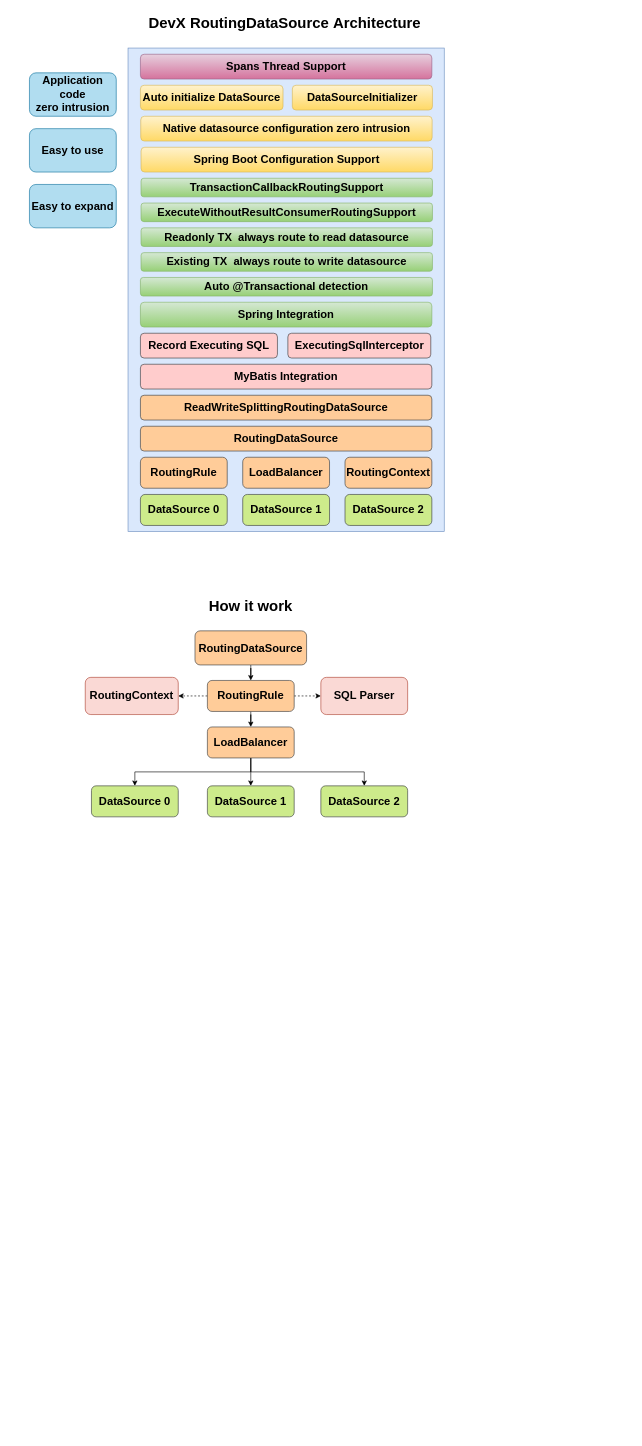
This is DevX/DevX-RoutingDataSource.drawio from GitHeP/diagrams, a draw.io file, before an edit. Source tidied: cells renumbered, new cells numbered last; positions are measured from the earlier drawing's top-left corner, leaving out a move shared by most shapes. Both pictures are drawn from the tidied source at 62%, with x=0, y=0 at pixel (29, 11).
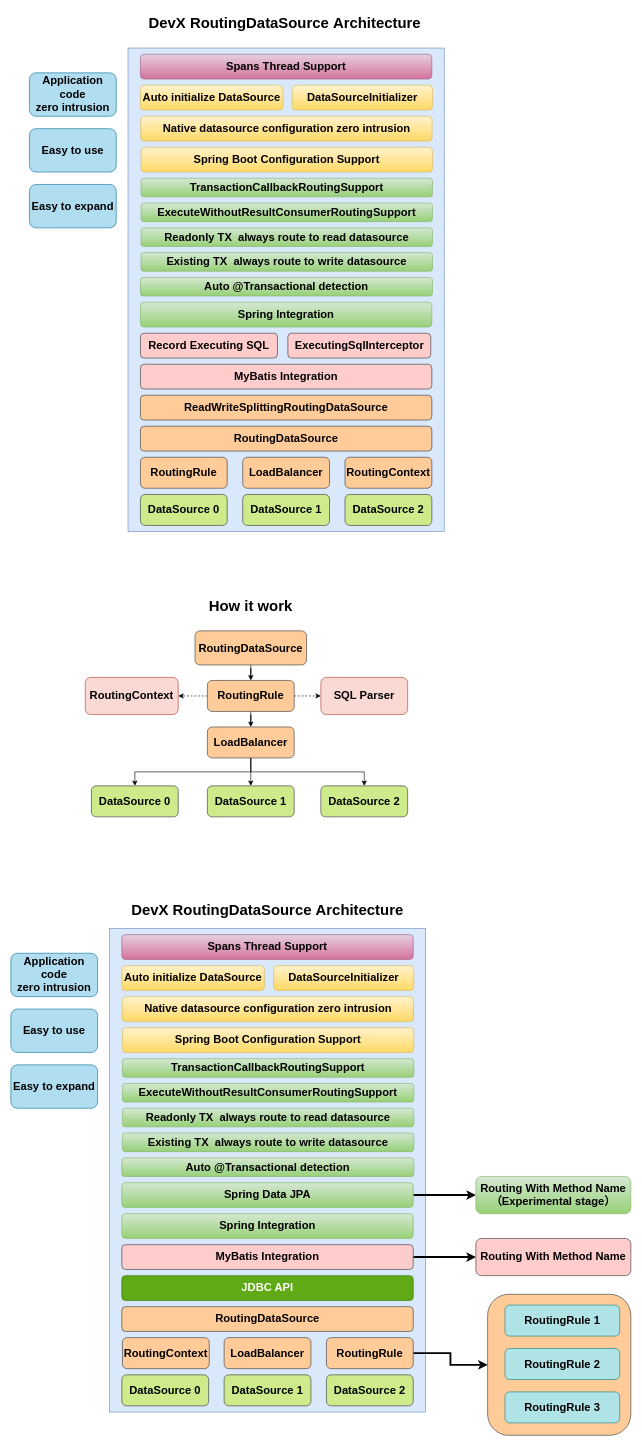
Above is the later version.

What changed in the source:
```diff
@@
+    <mxCell id="45" style="rounded=0;whiteSpace=wrap;html=1;fillColor=#dae8fc;strokeColor=#6c8ebf;" parent="1" vertex="1">
+      <mxGeometry x="129" y="1480" width="510" height="780" as="geometry" />
+    </mxCell>
+    <mxCell id="46" value="&lt;font style=&quot;font-size: 18px;&quot;&gt;&lt;b&gt;DataSource 0&lt;/b&gt;&lt;/font&gt;" style="rounded=1;whiteSpace=wrap;html=1;fillColor=#cdeb8b;strokeColor=#36393d;" parent="1" vertex="1">
+      <mxGeometry x="149" y="2200" width="140" height="50" as="geometry" />
+    </mxCell>
+    <mxCell id="47" value="&lt;font style=&quot;font-size: 18px;&quot;&gt;&lt;b&gt;DataSource 1&lt;/b&gt;&lt;/font&gt;" style="rounded=1;whiteSpace=wrap;html=1;fillColor=#cdeb8b;strokeColor=#36393d;" parent="1" vertex="1">
+      <mxGeometry x="314" y="2200" width="140" height="50" as="geometry" />
+    </mxCell>
+    <mxCell id="48" value="&lt;font style=&quot;font-size: 18px;&quot;&gt;&lt;b&gt;DataSource 2&lt;/b&gt;&lt;/font&gt;" style="rounded=1;whiteSpace=wrap;html=1;fillColor=#cdeb8b;strokeColor=#36393d;" parent="1" vertex="1">
+      <mxGeometry x="479" y="2200" width="140" height="50" as="geometry" />
+    </mxCell>
+    <mxCell id="49" value="&lt;font style=&quot;font-size: 18px;&quot;&gt;&lt;b&gt;RoutingDataSource&lt;/b&gt;&lt;/font&gt;" style="rounded=1;whiteSpace=wrap;html=1;fillColor=#ffcc99;strokeColor=#36393d;" parent="1" vertex="1">
+      <mxGeometry x="149" y="2090" width="470" height="40" as="geometry" />
+    </mxCell>
+    <mxCell id="50" style="edgeStyle=orthogonalEdgeStyle;rounded=0;jettySize=auto;html=1;strokeWidth=3;" parent="1" edge="1" source="51" target="76">
+      <mxGeometry relative="1" as="geometry" />
+    </mxCell>
+    <mxCell id="51" value="&lt;b&gt;&lt;font style=&quot;font-size: 18px;&quot;&gt;RoutingRule&lt;/font&gt;&lt;/b&gt;" style="rounded=1;whiteSpace=wrap;html=1;fillColor=#ffcc99;strokeColor=#36393d;" parent="1" vertex="1">
+      <mxGeometry x="479" y="2140" width="140" height="50" as="geometry" />
+    </mxCell>
+    <mxCell id="52" value="&lt;b&gt;&lt;font style=&quot;font-size: 18px;&quot;&gt;LoadBalancer&lt;/font&gt;&lt;/b&gt;" style="rounded=1;whiteSpace=wrap;html=1;fillColor=#ffcc99;strokeColor=#36393d;" parent="1" vertex="1">
+      <mxGeometry x="314" y="2140" width="140" height="50" as="geometry" />
+    </mxCell>
+    <mxCell id="53" value="&lt;b&gt;&lt;font style=&quot;font-size: 18px;&quot;&gt;RoutingContext&lt;/font&gt;&lt;/b&gt;" style="rounded=1;whiteSpace=wrap;html=1;fillColor=#ffcc99;strokeColor=#36393d;" parent="1" vertex="1">
+      <mxGeometry x="150" y="2140" width="140" height="50" as="geometry" />
+    </mxCell>
+    <mxCell id="54" style="edgeStyle=orthogonalEdgeStyle;rounded=0;jettySize=auto;html=1;strokeWidth=3;" parent="1" edge="1" source="55" target="72">
+      <mxGeometry relative="1" as="geometry" />
+    </mxCell>
+    <mxCell id="55" value="&lt;font style=&quot;font-size: 18px;&quot;&gt;&lt;b&gt;MyBatis Integration&lt;/b&gt;&lt;/font&gt;" style="rounded=1;whiteSpace=wrap;html=1;fillColor=#ffcccc;strokeColor=#36393d;" parent="1" vertex="1">
+      <mxGeometry x="149" y="1990" width="470" height="40" as="geometry" />
+    </mxCell>
+    <mxCell id="56" value="&lt;font style=&quot;font-size: 18px;&quot;&gt;&lt;b&gt;Spring Integration&lt;/b&gt;&lt;/font&gt;" style="rounded=1;whiteSpace=wrap;html=1;fillColor=#d5e8d4;strokeColor=#82b366;gradientColor=#97d077;" parent="1" vertex="1">
+      <mxGeometry x="149" y="1940" width="470" height="40" as="geometry" />
+    </mxCell>
+    <mxCell id="57" value="&lt;font style=&quot;font-size: 18px;&quot;&gt;&lt;b&gt;Spring Boot Configuration Support&lt;/b&gt;&lt;/font&gt;" style="rounded=1;whiteSpace=wrap;html=1;fillColor=#fff2cc;strokeColor=#d6b656;gradientColor=#ffd966;" parent="1" vertex="1">
+      <mxGeometry x="150" y="1640" width="470" height="40" as="geometry" />
+    </mxCell>
+    <mxCell id="58" value="&lt;b&gt;&lt;font style=&quot;font-size: 18px;&quot;&gt;JDBC API&lt;/font&gt;&lt;/b&gt;" style="rounded=1;whiteSpace=wrap;html=1;fillColor=#60a917;strokeColor=#2D7600;fontColor=#ffffff;" parent="1" vertex="1">
+      <mxGeometry x="149" y="2040" width="470" height="40" as="geometry" />
+    </mxCell>
+    <mxCell id="59" value="&lt;font style=&quot;font-size: 18px;&quot;&gt;&lt;b&gt;Application code &lt;br&gt;zero intrusion&lt;/b&gt;&lt;/font&gt;" style="rounded=1;whiteSpace=wrap;html=1;fillColor=#b1ddf0;strokeColor=#10739e;" parent="1" vertex="1">
+      <mxGeometry x="-30" y="1520" width="140" height="70" as="geometry" />
+    </mxCell>
+    <mxCell id="60" value="&lt;font style=&quot;font-size: 18px;&quot;&gt;&lt;b&gt;Easy to use&lt;/b&gt;&lt;/font&gt;" style="rounded=1;whiteSpace=wrap;html=1;fillColor=#b1ddf0;strokeColor=#10739e;" parent="1" vertex="1">
+      <mxGeometry x="-30" y="1610" width="140" height="70" as="geometry" />
+    </mxCell>
+    <mxCell id="61" value="&lt;b&gt;&lt;font style=&quot;font-size: 18px;&quot;&gt;Easy to expand&lt;/font&gt;&lt;/b&gt;" style="rounded=1;whiteSpace=wrap;html=1;fillColor=#b1ddf0;strokeColor=#10739e;" parent="1" vertex="1">
+      <mxGeometry x="-30" y="1700" width="140" height="70" as="geometry" />
+    </mxCell>
+    <mxCell id="62" value="&lt;font style=&quot;font-size: 18px;&quot;&gt;&lt;b style=&quot;&quot;&gt;Auto @Transactional&amp;nbsp;detection&lt;/b&gt;&lt;/font&gt;" style="rounded=1;whiteSpace=wrap;html=1;fillColor=#d5e8d4;strokeColor=#82b366;gradientColor=#97d077;" parent="1" vertex="1">
+      <mxGeometry x="149" y="1850" width="471" height="30" as="geometry" />
+    </mxCell>
+    <mxCell id="63" value="&lt;font style=&quot;font-size: 18px;&quot;&gt;&lt;b&gt;Existing TX&amp;nbsp;&amp;nbsp;&lt;/b&gt;&lt;/font&gt;&lt;b&gt;&lt;font style=&quot;font-size: 18px;&quot;&gt;always route to write datasource&lt;/font&gt;&lt;/b&gt;" style="rounded=1;whiteSpace=wrap;html=1;fillColor=#d5e8d4;strokeColor=#82b366;gradientColor=#97d077;" parent="1" vertex="1">
+      <mxGeometry x="150" y="1810" width="470" height="30" as="geometry" />
+    </mxCell>
+    <mxCell id="64" value="&lt;b&gt;&lt;font style=&quot;font-size: 18px;&quot;&gt;Native datasource configuration zero intrusion&lt;/font&gt;&lt;/b&gt;" style="rounded=1;whiteSpace=wrap;html=1;fillColor=#fff2cc;strokeColor=#d6b656;gradientColor=#ffd966;" parent="1" vertex="1">
+      <mxGeometry x="149.5" y="1590" width="470" height="40" as="geometry" />
+    </mxCell>
+    <mxCell id="65" value="&lt;font style=&quot;font-size: 24px;&quot;&gt;&lt;b style=&quot;&quot;&gt;DevX RoutingDataSource&amp;nbsp;Architecture&lt;/b&gt;&lt;/font&gt;" style="text;html=1;strokeColor=none;fillColor=none;align=center;verticalAlign=middle;whiteSpace=wrap;rounded=0;" parent="1" vertex="1">
+      <mxGeometry x="149" y="1430" width="470" height="40" as="geometry" />
+    </mxCell>
+    <mxCell id="66" value="&lt;font style=&quot;font-size: 18px;&quot;&gt;&lt;b&gt;Auto&amp;nbsp;initialize DataSource&lt;/b&gt;&lt;/font&gt;" style="rounded=1;whiteSpace=wrap;html=1;fillColor=#fff2cc;strokeColor=#d6b656;gradientColor=#ffd966;" parent="1" vertex="1">
+      <mxGeometry x="149" y="1540" width="230" height="40" as="geometry" />
+    </mxCell>
+    <mxCell id="67" value="&lt;font style=&quot;font-size: 18px;&quot;&gt;&lt;b&gt;DataSourceInitializer&lt;/b&gt;&lt;/font&gt;" style="rounded=1;whiteSpace=wrap;html=1;fillColor=#fff2cc;strokeColor=#d6b656;gradientColor=#ffd966;" parent="1" vertex="1">
+      <mxGeometry x="394" y="1540" width="226" height="40" as="geometry" />
+    </mxCell>
+    <mxCell id="68" value="&lt;font style=&quot;font-size: 18px;&quot;&gt;&lt;b&gt;Readonly TX&amp;nbsp;&amp;nbsp;&lt;/b&gt;&lt;/font&gt;&lt;b&gt;&lt;font style=&quot;font-size: 18px;&quot;&gt;always route to read datasource&lt;/font&gt;&lt;/b&gt;" style="rounded=1;whiteSpace=wrap;html=1;fillColor=#d5e8d4;strokeColor=#82b366;gradientColor=#97d077;" parent="1" vertex="1">
+      <mxGeometry x="150" y="1770" width="470" height="30" as="geometry" />
+    </mxCell>
+    <mxCell id="69" value="&lt;b&gt;&lt;font style=&quot;font-size: 18px;&quot;&gt;ExecuteWithoutResultConsumerRoutingSupport&lt;/font&gt;&lt;/b&gt;" style="rounded=1;whiteSpace=wrap;html=1;fillColor=#d5e8d4;strokeColor=#82b366;gradientColor=#97d077;" parent="1" vertex="1">
+      <mxGeometry x="150" y="1730" width="470" height="30" as="geometry" />
+    </mxCell>
+    <mxCell id="70" value="&lt;b&gt;&lt;font style=&quot;font-size: 18px;&quot;&gt;TransactionCallbackRoutingSupport&lt;/font&gt;&lt;/b&gt;" style="rounded=1;whiteSpace=wrap;html=1;fillColor=#d5e8d4;strokeColor=#82b366;gradientColor=#97d077;" parent="1" vertex="1">
+      <mxGeometry x="150" y="1690" width="470" height="30" as="geometry" />
+    </mxCell>
+    <mxCell id="71" value="&lt;font style=&quot;font-size: 18px;&quot;&gt;&lt;b&gt;Spans Thread Support&lt;/b&gt;&lt;/font&gt;" style="rounded=1;whiteSpace=wrap;html=1;fillColor=#e6d0de;strokeColor=#996185;gradientColor=#d5739d;" parent="1" vertex="1">
+      <mxGeometry x="149" y="1490" width="470" height="40" as="geometry" />
+    </mxCell>
+    <mxCell id="72" value="&lt;font style=&quot;font-size: 18px;&quot;&gt;&lt;b&gt;Routing With Method Name&lt;/b&gt;&lt;/font&gt;" style="whiteSpace=wrap;html=1;fillColor=#ffcccc;strokeColor=#36393d;rounded=1;" parent="1" vertex="1">
+      <mxGeometry x="720" y="1980" width="250" height="60" as="geometry" />
+    </mxCell>
+    <mxCell id="73" style="edgeStyle=orthogonalEdgeStyle;rounded=0;jettySize=auto;html=1;strokeWidth=3;" parent="1" edge="1" source="74" target="75">
+      <mxGeometry relative="1" as="geometry" />
+    </mxCell>
+    <mxCell id="74" value="&lt;font style=&quot;font-size: 18px;&quot;&gt;&lt;b&gt;Spring Data JPA&lt;/b&gt;&lt;/font&gt;" style="rounded=1;whiteSpace=wrap;html=1;fillColor=#d5e8d4;strokeColor=#82b366;gradientColor=#97d077;" parent="1" vertex="1">
+      <mxGeometry x="149" y="1890" width="470" height="40" as="geometry" />
+    </mxCell>
+    <mxCell id="75" value="&lt;b style=&quot;border-color: var(--border-color); font-size: 18px;&quot;&gt;Routing With Method Name&lt;br&gt;（Experimental stage）&lt;br&gt;&lt;/b&gt;" style="whiteSpace=wrap;html=1;fillColor=#d5e8d4;strokeColor=#82b366;rounded=1;gradientColor=#97d077;" parent="1" vertex="1">
+      <mxGeometry x="720" y="1880" width="250" height="60" as="geometry" />
+    </mxCell>
+    <mxCell id="76" style="whiteSpace=wrap;html=1;fillColor=#ffcc99;strokeColor=#36393d;rounded=1;" parent="1" vertex="1">
+      <mxGeometry x="739" y="2070" width="231" height="227.5" as="geometry" />
+    </mxCell>
+    <mxCell id="77" value="&lt;b&gt;&lt;font style=&quot;font-size: 18px;&quot;&gt;RoutingRule 1&lt;/font&gt;&lt;/b&gt;" style="rounded=1;whiteSpace=wrap;html=1;fillColor=#b0e3e6;strokeColor=#0e8088;" parent="1" vertex="1">
+      <mxGeometry x="767" y="2087.5" width="185" height="50" as="geometry" />
+    </mxCell>
+    <mxCell id="78" value="&lt;b&gt;&lt;font style=&quot;font-size: 18px;&quot;&gt;RoutingRule 2&lt;/font&gt;&lt;/b&gt;" style="rounded=1;whiteSpace=wrap;html=1;fillColor=#b0e3e6;strokeColor=#0e8088;" parent="1" vertex="1">
+      <mxGeometry x="767" y="2157.5" width="185" height="50" as="geometry" />
+    </mxCell>
+    <mxCell id="79" value="&lt;b&gt;&lt;font style=&quot;font-size: 18px;&quot;&gt;RoutingRule 3&lt;/font&gt;&lt;/b&gt;" style="rounded=1;whiteSpace=wrap;html=1;fillColor=#b0e3e6;strokeColor=#0e8088;" parent="1" vertex="1">
+      <mxGeometry x="767" y="2227.5" width="185" height="50" as="geometry" />
+    </mxCell>
```
